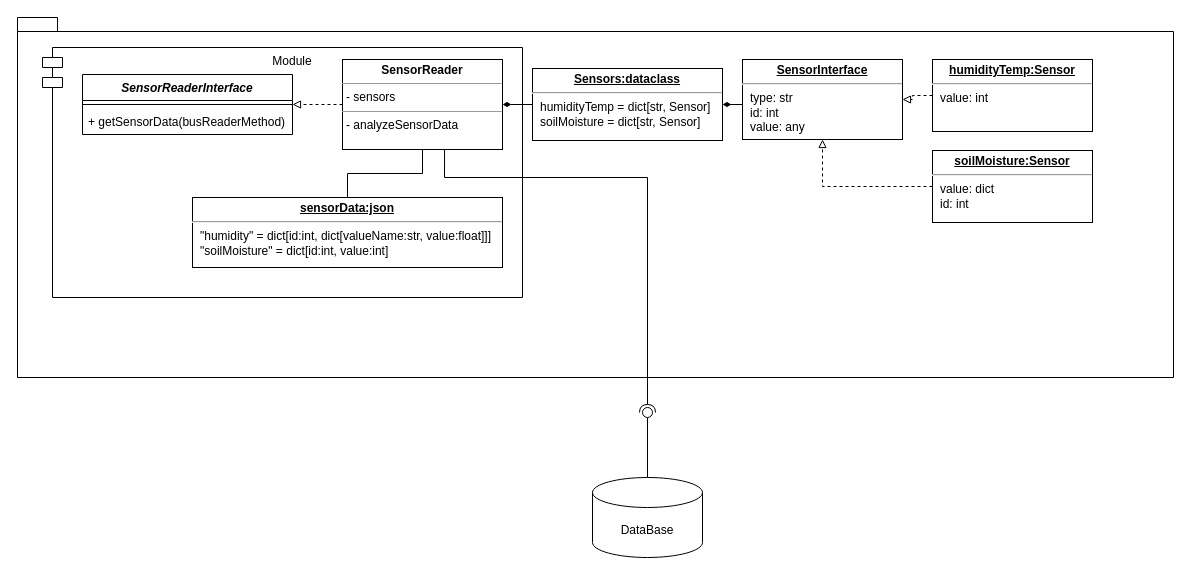
This is SensorReader/Architecture/Architecture.drawio from Uhgtred/OpenGreenHouse, a draw.io file, before an edit. Source tidied: cells renumbered, new cells numbered last; positions are measured from the earlier drawing's top-left corner, leaving out a move shared by most shapes. Both pictures are drawn from the tidied source at 100%, with x=0, y=0 at pixel (17, 17).
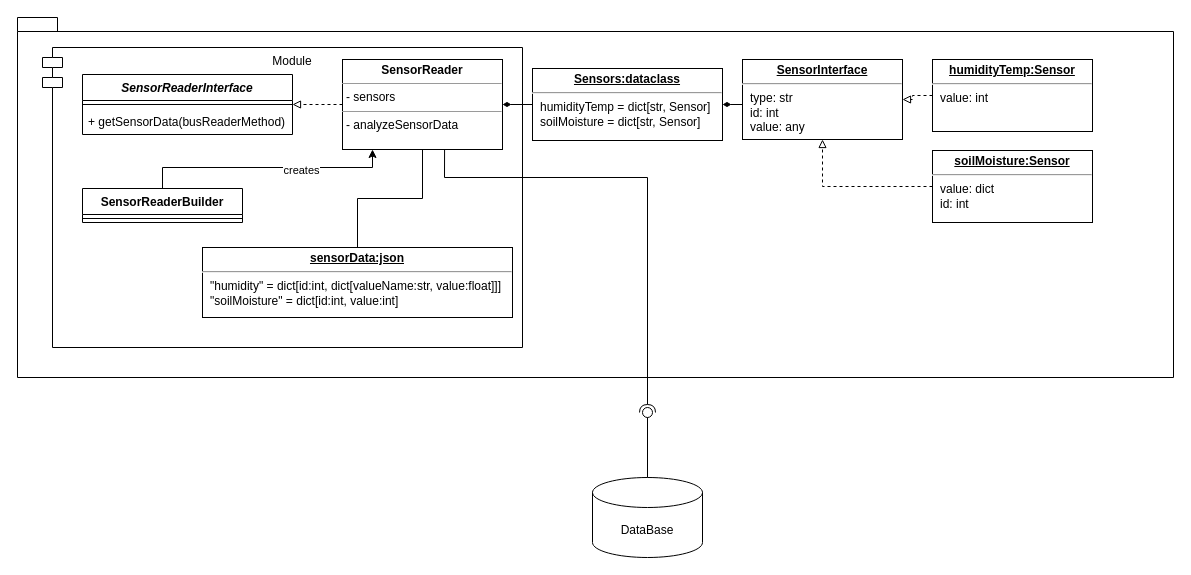
After the change.

The change refers to these unchanged cells:
```xml
<mxCell id="10" value="&lt;p style=&quot;margin:0px;margin-top:4px;text-align:center;&quot;&gt;&lt;b&gt;SensorReader&lt;/b&gt;&lt;/p&gt;&lt;hr size=&quot;1&quot;&gt;&lt;p style=&quot;margin:0px;margin-left:4px;&quot;&gt;- sensors&lt;/p&gt;&lt;hr size=&quot;1&quot;&gt;&lt;p style=&quot;margin:0px;margin-left:4px;&quot;&gt;- analyzeSensorData&lt;/p&gt;" style="verticalAlign=top;align=left;overflow=fill;fontSize=12;fontFamily=Helvetica;html=1;" parent="1" vertex="1">
  <mxGeometry x="325" y="42" width="160" height="90" as="geometry" />
</mxCell>
```

Change to the diagram source:
```diff
@@
     <mxCell id="3" value="Module" style="shape=module;align=left;spacingLeft=20;align=center;verticalAlign=top;whiteSpace=wrap;html=1;" parent="1" vertex="1">
-      <mxGeometry x="25" y="30" width="480" height="250" as="geometry" />
+      <mxGeometry x="25" y="30" width="480" height="300" as="geometry" />
     </mxCell>
@@
     <mxCell id="20" value="&lt;p style=&quot;margin:0px;margin-top:4px;text-align:center;text-decoration:underline;&quot;&gt;&lt;b&gt;sensorData:json&lt;/b&gt;&lt;/p&gt;&lt;hr&gt;&lt;p style=&quot;margin:0px;margin-left:8px;&quot;&gt;&quot;humidity&quot; = dict[id:int, dict[valueName:str, value:float]]]&lt;br&gt;&quot;soilMoisture&quot; = dict[id:int, value:int]&lt;br&gt;&lt;/p&gt;" style="verticalAlign=top;align=left;overflow=fill;fontSize=12;fontFamily=Helvetica;html=1;" parent="1" vertex="1">
-      <mxGeometry x="175" y="180" width="310" height="70" as="geometry" />
+      <mxGeometry x="185" y="230" width="310" height="70" as="geometry" />
     </mxCell>
@@
+    <mxCell id="26" style="edgeStyle=orthogonalEdgeStyle;rounded=0;jettySize=auto;html=1;" parent="1" edge="1" source="28" target="10">
+      <mxGeometry relative="1" as="geometry">
+        <Array as="points">
+          <mxPoint x="145" y="150" />
+          <mxPoint x="355" y="150" />
+        </Array>
+      </mxGeometry>
+    </mxCell>
+    <mxCell id="27" value="creates" style="edgeLabel;html=1;align=center;verticalAlign=middle;" parent="26" vertex="1">
+      <mxGeometry x="0.28" y="-2" relative="1" as="geometry" />
+    </mxCell>
+    <mxCell id="28" value="SensorReaderBuilder" style="swimlane;fontStyle=1;align=center;verticalAlign=top;horizontal=1;startSize=26;whiteSpace=wrap;html=1;" parent="1" vertex="1">
+      <mxGeometry x="65" y="171" width="160" height="34" as="geometry" />
+    </mxCell>
+    <mxCell id="29" style="line;strokeWidth=1;fillColor=none;align=left;verticalAlign=middle;spacingTop=-1;spacingLeft=3;spacingRight=3;labelPosition=right;strokeColor=inherit;" parent="28" vertex="1">
+      <mxGeometry y="26" width="160" height="8" as="geometry" />
+    </mxCell>
```
